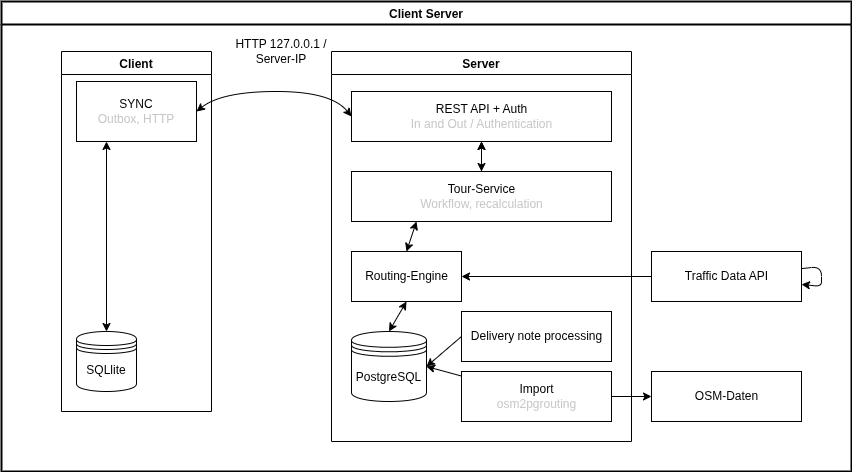
This is docs/architecture/data-architecture.drawio.png from gabrielbindi/VoBi-Tour, a draw.io export, as it was before one commit. Source tidied: cells renumbered, new cells last; positions are measured from the earlier drawing's top-left corner, leaving out a move shared by most shapes.
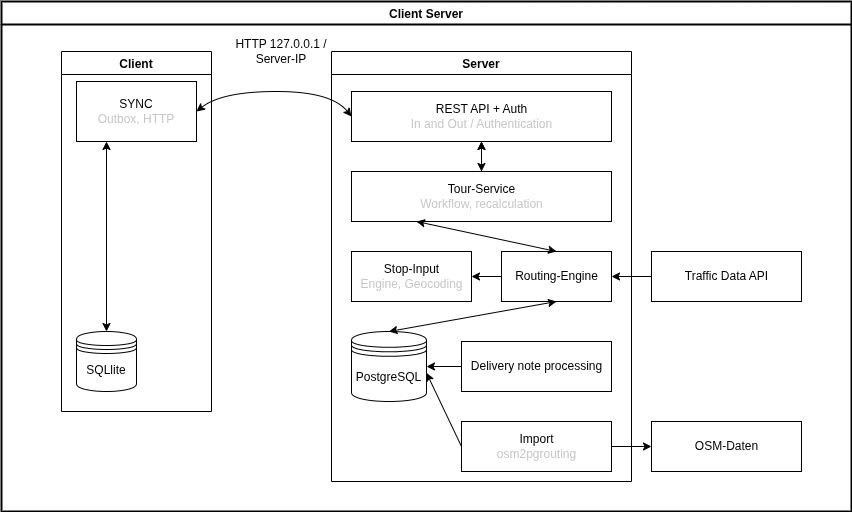
After the commit.

Commit message:
#18 Stop-Input

The edit, as a diff of the source:
```diff
@@ -3,19 +3,22 @@
     <mxCell id="0" />
     <mxCell id="1" parent="0" />
     <mxCell id="2" value="Client Server" style="swimlane;rounded=0;strokeWidth=2;swimlaneLine=1;strokeColor=#000000;" parent="1" vertex="1">
-      <mxGeometry width="850" height="470" as="geometry" />
+      <mxGeometry width="850" height="510" as="geometry" />
     </mxCell>
     <mxCell id="3" value="Server" style="swimlane;strokeColor=#000000;" parent="2" vertex="1">
-      <mxGeometry x="330" y="50" width="300" height="390" as="geometry" />
+      <mxGeometry x="330" y="50" width="300" height="430" as="geometry" />
     </mxCell>
     <mxCell id="4" value="REST API + Auth&lt;br&gt;&lt;font color=&quot;#c7c7c7&quot;&gt;In and Out / Authentication&lt;/font&gt;" style="html=1;" parent="3" vertex="1">
       <mxGeometry x="20" y="40" width="260" height="50" as="geometry" />
     </mxCell>
+    <mxCell id="27" style="edgeStyle=none;html=1;strokeColor=#000000;fontColor=#C7C7C7;endArrow=classic;endFill=1;" parent="3" edge="1" source="5" target="28">
+      <mxGeometry relative="1" as="geometry" />
+    </mxCell>
     <mxCell id="5" value="Routing-Engine" style="html=1;" parent="3" vertex="1">
-      <mxGeometry x="20" y="200" width="110" height="50" as="geometry" />
+      <mxGeometry x="170" y="200" width="110" height="50" as="geometry" />
     </mxCell>
     <mxCell id="6" value="Delivery note processing" style="html=1;" parent="3" vertex="1">
-      <mxGeometry x="130" y="260" width="150" height="50" as="geometry" />
+      <mxGeometry x="130" y="290" width="150" height="50" as="geometry" />
     </mxCell>
     <mxCell id="7" style="endArrow=classic;html=1;entryX=1;entryY=0.5;entryDx=0;entryDy=0;strokeColor=#000000;exitX=0;exitY=0.5;exitDx=0;exitDy=0;" parent="3" edge="1" source="6" target="8">
       <mxGeometry relative="1" as="geometry" />
@@ -38,12 +41,15 @@
     <mxCell id="13" style="endArrow=classic;startArrow=classic;html=1;strokeColor=#000000;fontColor=#C7C7C7;entryX=0.5;entryY=1;entryDx=0;entryDy=0;exitX=0.5;exitY=0;exitDx=0;exitDy=0;" parent="3" edge="1" source="11" target="4">
       <mxGeometry relative="1" as="geometry" />
     </mxCell>
-    <mxCell id="14" style="edgeStyle=none;html=1;strokeColor=#000000;fontColor=#C7C7C7;endArrow=classic;endFill=1;entryX=1;entryY=0.5;entryDx=0;entryDy=0;" parent="3" edge="1" source="15" target="8">
+    <mxCell id="14" style="edgeStyle=none;html=1;strokeColor=#000000;fontColor=#C7C7C7;endArrow=classic;endFill=1;exitX=0;exitY=0.5;exitDx=0;exitDy=0;entryX=0.999;entryY=0.59;entryDx=0;entryDy=0;entryPerimeter=0;" parent="3" edge="1" source="15" target="8">
       <mxGeometry relative="1" as="geometry" />
     </mxCell>
     <mxCell id="15" value="Import&lt;br&gt;&lt;font color=&quot;#c7c7c7&quot;&gt;osm2pgrouting&lt;/font&gt;" style="html=1;" parent="3" vertex="1">
-      <mxGeometry x="130" y="320" width="150" height="50" as="geometry" />
+      <mxGeometry x="130" y="370" width="150" height="50" as="geometry" />
     </mxCell>
+    <mxCell id="28" value="Stop-Input&lt;br&gt;&lt;font color=&quot;#c7c7c7&quot;&gt;Engine, Geocoding&lt;/font&gt;" style="html=1;" parent="3" vertex="1">
+      <mxGeometry x="20" y="200" width="120" height="50" as="geometry" />
+    </mxCell>
     <mxCell id="16" value="Client" style="swimlane;strokeColor=#000000;" parent="2" vertex="1">
       <mxGeometry x="60" y="50" width="150" height="360" as="geometry" />
     </mxCell>
@@ -74,13 +80,10 @@
       <mxGeometry relative="1" as="geometry" />
     </mxCell>
     <mxCell id="24" value="OSM-Daten" style="html=1;" parent="2" vertex="1">
-      <mxGeometry x="650" y="370" width="150" height="50" as="geometry" />
+      <mxGeometry x="650" y="420" width="150" height="50" as="geometry" />
     </mxCell>
     <mxCell id="25" style="edgeStyle=none;html=1;strokeColor=#000000;fontColor=#C7C7C7;endArrow=classic;endFill=1;" parent="2" edge="1" source="15" target="24">
       <mxGeometry relative="1" as="geometry" />
     </mxCell>
-    <mxCell id="26" style="edgeStyle=none;html=1;strokeColor=#000000;fontColor=#C7C7C7;endArrow=classic;endFill=1;" parent="2" edge="1" source="22" target="22">
-      <mxGeometry relative="1" as="geometry" />
-    </mxCell>
   </root>
 </mxGraphModel>
```
